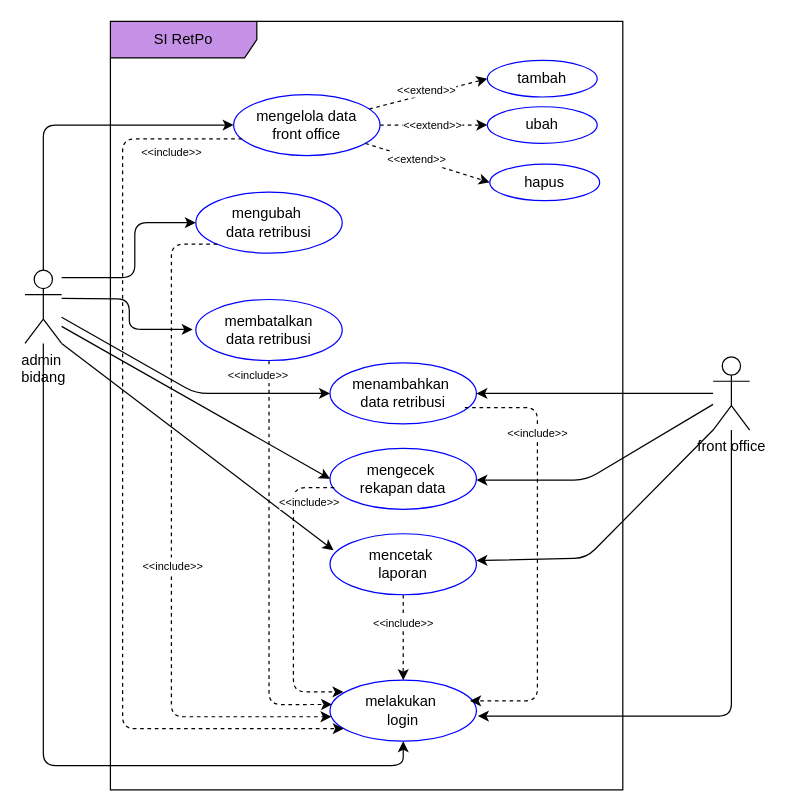
The draw.io diagram page "use case" (1 of 2) of SI-retribusi.drawio in eenattayani/desain, before the edit. Source tidied: cells renumbered, new cells numbered last; positions are measured from the earlier drawing's top-left corner, leaving out a move shared by most shapes. Both pictures are drawn from the tidied source at 122%, with x=0, y=0 at pixel (24, 21).
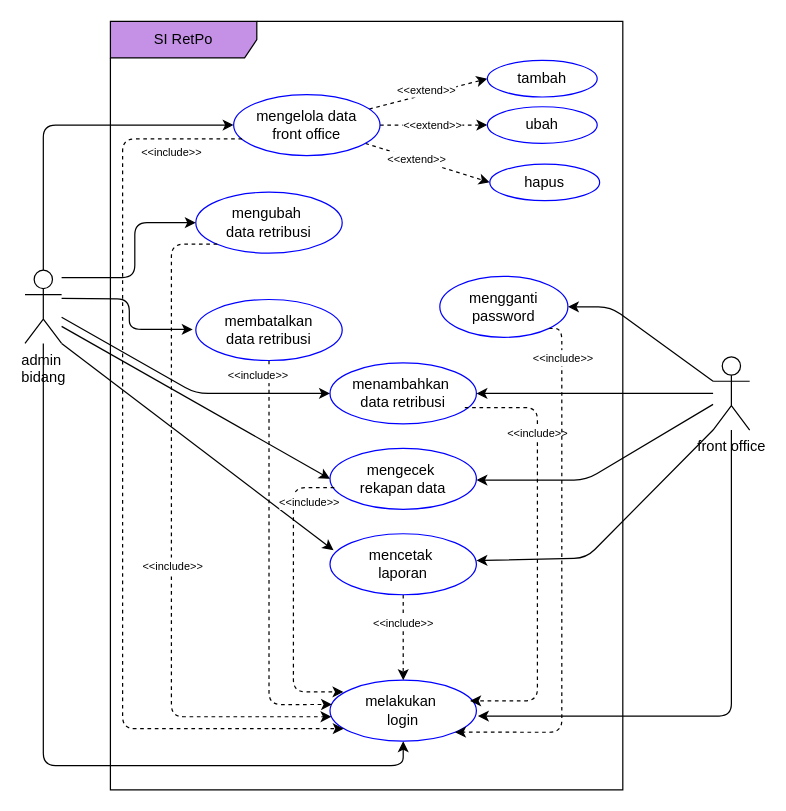
The same diagram, later.

The change refers to these unchanged cells:
```xml
<mxCell id="7" value="front office" style="shape=umlActor;verticalLabelPosition=bottom;verticalAlign=top;html=1;outlineConnect=0;" parent="1" vertex="1">
  <mxGeometry x="564" y="275" width="30" height="60" as="geometry" />
</mxCell>
<mxCell id="8" value="melakukan&amp;nbsp;&lt;div&gt;login&lt;/div&gt;" style="ellipse;whiteSpace=wrap;html=1;strokeColor=#0000FF;shadow=0;" parent="1" vertex="1">
  <mxGeometry x="250" y="540" width="120" height="50" as="geometry" />
</mxCell>
```

Diff of the diagram source:
```diff
@@
+    <mxCell id="44" style="rounded=1;jettySize=auto;html=1;entryX=1;entryY=0.5;entryDx=0;entryDy=0;exitX=0;exitY=0.3333333333333333;exitDx=0;exitDy=0;exitPerimeter=0;jumpSize=6;" parent="1" edge="1" source="7" target="45">
+      <mxGeometry relative="1" as="geometry">
+        <Array as="points">
+          <mxPoint x="480" y="234" />
+        </Array>
+      </mxGeometry>
+    </mxCell>
@@
+    <mxCell id="45" value="mengganti password" style="ellipse;whiteSpace=wrap;html=1;strokeColor=#0000FF;shadow=0;" parent="1" vertex="1">
+      <mxGeometry x="340" y="209" width="105" height="50" as="geometry" />
+    </mxCell>
+    <mxCell id="46" style="edgeStyle=orthogonalEdgeStyle;rounded=1;jettySize=auto;html=1;entryX=1;entryY=1;entryDx=0;entryDy=0;curved=0;dashed=1;exitX=1;exitY=1;exitDx=0;exitDy=0;" parent="1" edge="1" source="45" target="8">
+      <mxGeometry relative="1" as="geometry">
+        <Array as="points">
+          <mxPoint x="440" y="252" />
+          <mxPoint x="440" y="583" />
+        </Array>
+      </mxGeometry>
+    </mxCell>
+    <mxCell id="47" value="&lt;font style=&quot;font-size: 9px;&quot;&gt;&amp;lt;&amp;lt;include&amp;gt;&amp;gt;&lt;/font&gt;" style="edgeLabel;html=1;align=center;verticalAlign=middle;" parent="1" vertex="1">
+      <mxGeometry x="440" y="275" as="geometry" />
+    </mxCell>
```
